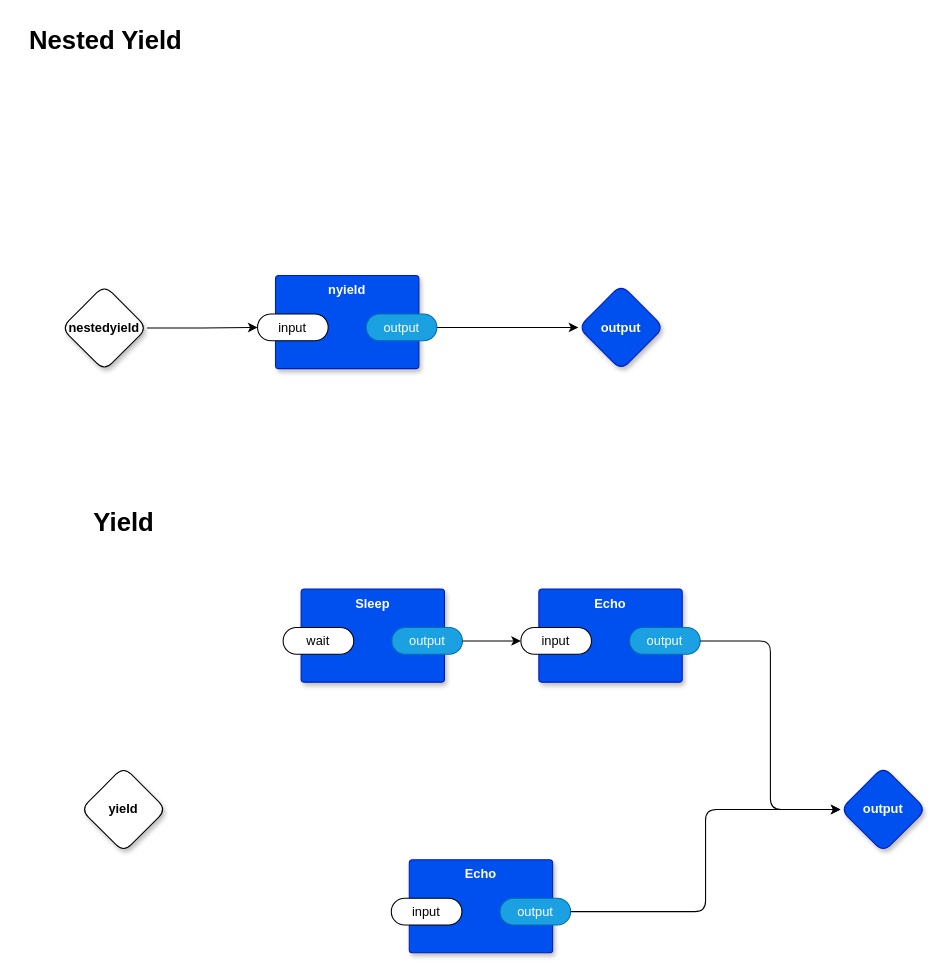
Earlier version of the draw.io diagram page "main" (1 of 2) of example.drawio (guitarvydas/odin0d). Source tidied: cells renumbered, new cells numbered last; positions are measured from the earlier drawing's top-left corner, leaving out a move shared by most shapes. Both pictures are drawn from the tidied source at 107%, with x=0, y=0 at pixel (18, 18).
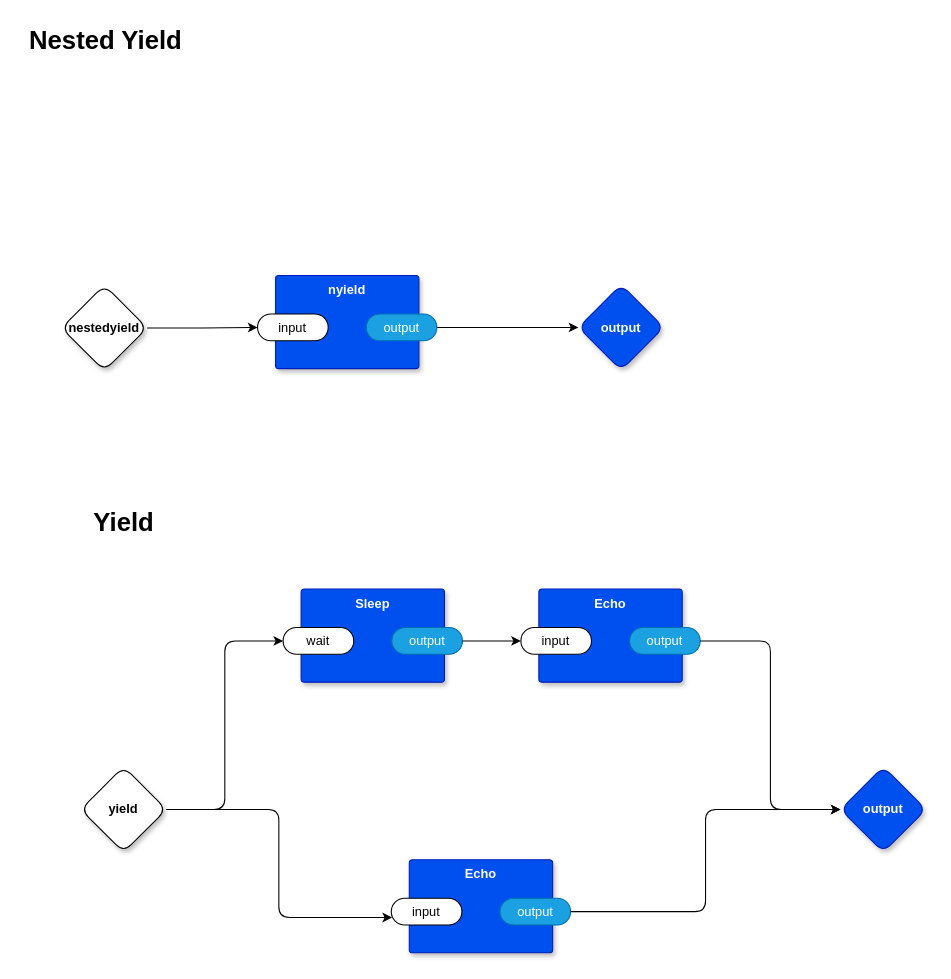
After the change.

Commit message:
nested yield

The change refers to these unchanged cells:
```xml
<mxCell id="2" value="yield" style="rhombus;whiteSpace=wrap;html=1;rounded=1;fontStyle=1;glass=0;sketch=0;fontSize=12;points=[[0,0.5,0,0,0],[0.5,0,0,0,0],[0.5,1,0,0,0],[1,0.5,0,0,0]];shadow=1;" parent="1" vertex="1">
  <mxGeometry x="58" y="699" width="80" height="80" as="geometry" />
</mxCell>
<mxCell id="5" value="wait" style="rounded=1;whiteSpace=wrap;html=1;sketch=0;points=[[0,0.5,0,0,0],[1,0.5,0,0,0]];arcSize=50;" parent="4" vertex="1">
  <mxGeometry x="-16.8" y="36" width="66" height="25" as="geometry" />
</mxCell>
<mxCell id="11" value="input" style="rounded=1;whiteSpace=wrap;html=1;sketch=0;points=[[0,0.5,0,0,0],[1,0.5,0,0,0]];arcSize=50;" parent="10" vertex="1">
  <mxGeometry x="-16.8" y="36" width="66" height="25" as="geometry" />
</mxCell>
```

Diff of the diagram source:
```diff
@@
+    <mxCell id="25" style="edgeStyle=orthogonalEdgeStyle;rounded=1;jettySize=auto;html=1;entryX=0;entryY=0.5;entryDx=0;entryDy=0;entryPerimeter=0;" parent="1" edge="1" source="2" target="5">
+      <mxGeometry relative="1" as="geometry" />
+    </mxCell>
+    <mxCell id="26" style="edgeStyle=orthogonalEdgeStyle;rounded=1;jettySize=auto;html=1;entryX=0.011;entryY=0.72;entryDx=0;entryDy=0;entryPerimeter=0;" parent="1" edge="1" source="2" target="11">
+      <mxGeometry relative="1" as="geometry" />
+    </mxCell>
```
